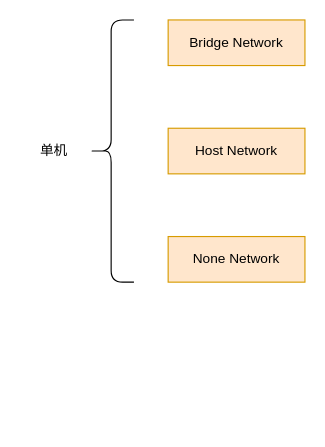
This is docker_network.drawio from Walt740/drawio_storage, a draw.io file, before an edit. Source tidied: cells renumbered, new cells numbered last; positions are measured from the earlier drawing's top-left corner, leaving out a move shared by most shapes. Both pictures are drawn from the tidied source at 114%, with x=0, y=0 at pixel (19, 19).
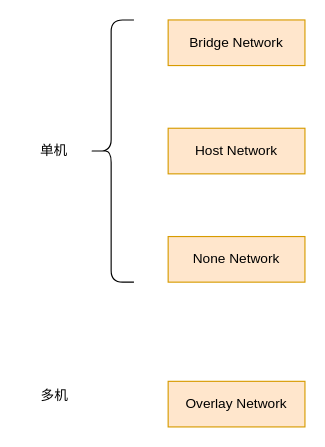
The same page after the edit.

Diff of the diagram source:
```diff
@@
 <mxGraphModel>
   <root>
     <mxCell id="0" />
     <mxCell id="1" parent="0" />
     <mxCell id="2" style="shape=curlyBracket;whiteSpace=wrap;html=1;rounded=1;labelPosition=left;verticalLabelPosition=middle;align=right;verticalAlign=middle;" parent="1" vertex="1">
       <mxGeometry x="60" width="40" height="230" as="geometry" />
     </mxCell>
     <mxCell id="3" value="单机" style="text;strokeColor=none;align=center;fillColor=none;html=1;verticalAlign=middle;whiteSpace=wrap;rounded=0;" parent="1" vertex="1">
       <mxGeometry y="100" width="60" height="30" as="geometry" />
     </mxCell>
     <mxCell id="4" value="Bridge Network" style="rounded=0;whiteSpace=wrap;html=1;fillColor=#ffe6cc;strokeColor=#d79b00;" parent="1" vertex="1">
       <mxGeometry x="130" width="120" height="40" as="geometry" />
     </mxCell>
     <mxCell id="5" value="Host Network" style="rounded=0;whiteSpace=wrap;html=1;fillColor=#ffe6cc;strokeColor=#d79b00;" parent="1" vertex="1">
       <mxGeometry x="130" y="95" width="120" height="40" as="geometry" />
     </mxCell>
     <mxCell id="6" value="None Network" style="rounded=0;whiteSpace=wrap;html=1;fillColor=#ffe6cc;strokeColor=#d79b00;" parent="1" vertex="1">
       <mxGeometry x="130" y="190" width="120" height="40" as="geometry" />
     </mxCell>
+    <mxCell id="7" value="多机" style="text;html=1;align=center;verticalAlign=middle;strokeColor=none;fillColor=none;" parent="1" vertex="1">
+      <mxGeometry x="9" y="317" width="42" height="26" as="geometry" />
+    </mxCell>
+    <mxCell id="8" value="Overlay Network" style="rounded=0;whiteSpace=wrap;html=1;fillColor=#ffe6cc;strokeColor=#d79b00;" parent="1" vertex="1">
+      <mxGeometry x="130" y="317" width="120" height="40" as="geometry" />
+    </mxCell>
   </root>
 </mxGraphModel>
```
